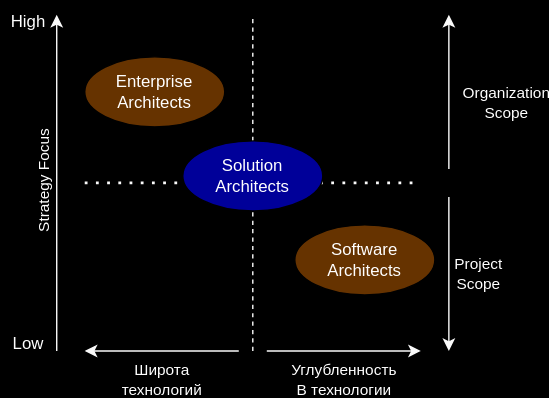
Before: 1. Tech Skills/0. Архитектура/0. Solution Architecture/schemas/arch_lanscape.svg, a diagram exported from draw.io (aleksei-khitev/knowledge_base). Source tidied: cells renumbered, new cells last; positions are measured from the earlier drawing's top-left corner, leaving out a move shared by most shapes.
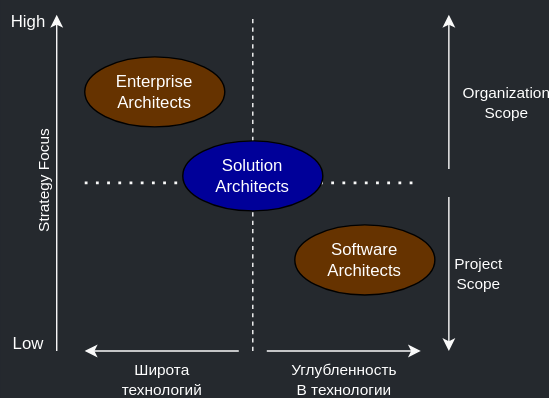
The same file after the commit.

Commit message:
llm, arch

Diff of the diagram source:
```diff
@@ -1,4 +1,4 @@
-<mxGraphModel background="#000000">
+<mxGraphModel background="#25292e">
   <root>
     <mxCell id="0" />
     <mxCell id="1" parent="0" />
```
